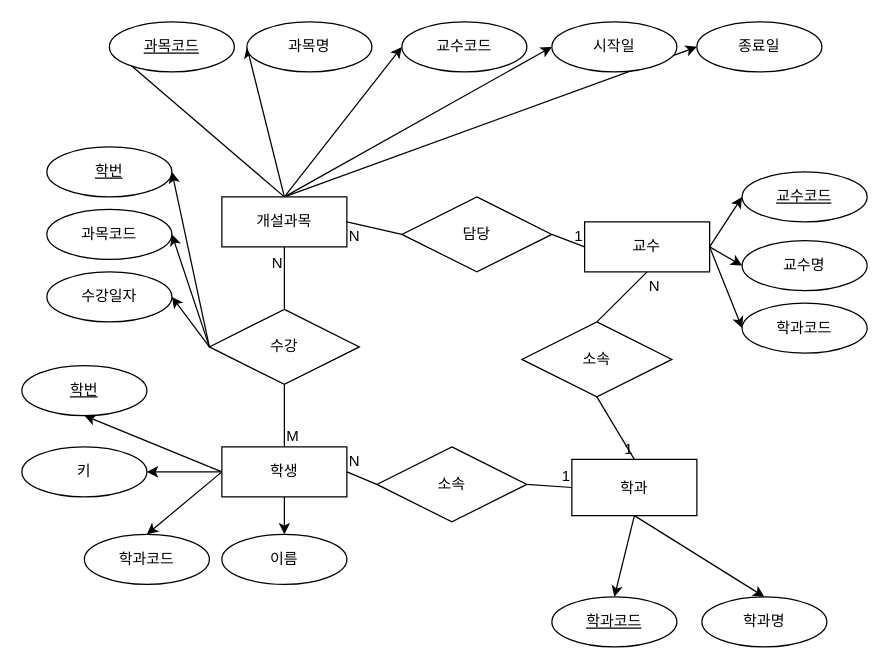
Before: page "학사관리 시스템" (3 of 4) of erd/hanbit.drawio in Banteil/database, a draw.io diagram. Source tidied: cells renumbered, new cells numbered last; positions are measured from the earlier drawing's top-left corner, leaving out a move shared by most shapes. Both pictures are drawn from the tidied source at 125%, with x=0, y=0 at pixel (21, 21).
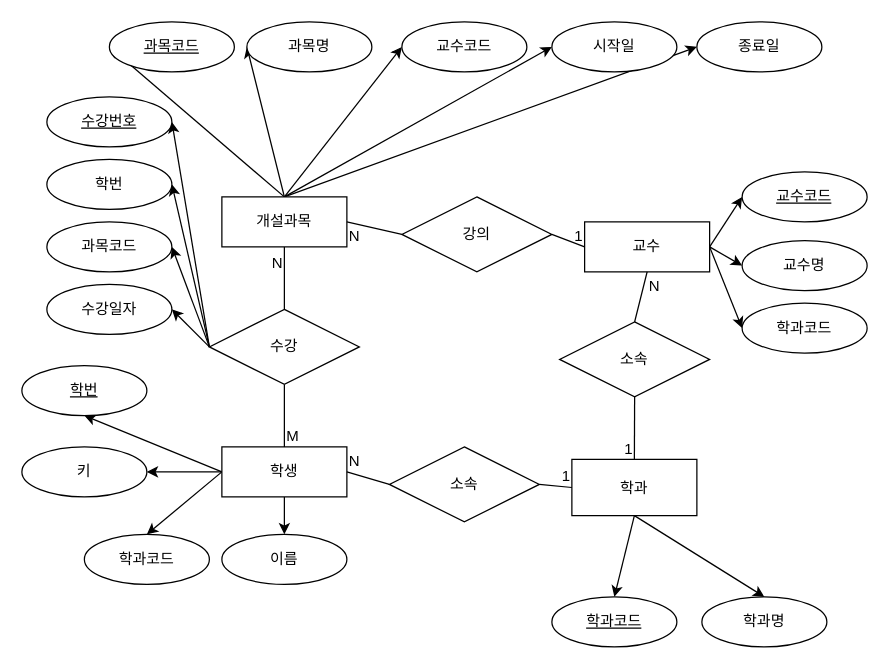
The same page after the edit.

Unchanged cells that the change refers to:
```xml
<mxCell id="46" value="수강" style="shape=rhombus;perimeter=rhombusPerimeter;whiteSpace=wrap;html=1;align=center;" parent="1" vertex="1">
  <mxGeometry x="150" y="230" width="120" height="60" as="geometry" />
</mxCell>
```

The edit, as a diff of the source:
```diff
@@
-    <mxCell id="37" value="학번" style="ellipse;whiteSpace=wrap;html=1;align=center;fontStyle=4;" parent="1" vertex="1">
-      <mxGeometry x="20" y="100" width="100" height="40" as="geometry" />
+    <mxCell id="37" value="수강번호" style="ellipse;whiteSpace=wrap;html=1;align=center;fontStyle=4;" parent="1" vertex="1">
+      <mxGeometry x="20" y="60" width="100" height="40" as="geometry" />
     </mxCell>
     <mxCell id="38" value="과목코드" style="ellipse;whiteSpace=wrap;html=1;align=center;" parent="1" vertex="1">
-      <mxGeometry x="20" y="150" width="100" height="40" as="geometry" />
+      <mxGeometry x="20" y="160" width="100" height="40" as="geometry" />
     </mxCell>
     <mxCell id="39" value="수강일자" style="ellipse;whiteSpace=wrap;html=1;align=center;" parent="1" vertex="1">
-      <mxGeometry x="20" y="200" width="100" height="40" as="geometry" />
+      <mxGeometry x="20" y="210" width="100" height="40" as="geometry" />
     </mxCell>
@@
+    <mxCell id="60" style="edgeStyle=none;html=1;exitX=0;exitY=0.5;exitDx=0;exitDy=0;entryX=1;entryY=0.5;entryDx=0;entryDy=0;" parent="1" edge="1" source="46" target="61">
+      <mxGeometry relative="1" as="geometry" />
+    </mxCell>
@@
-    <mxCell id="53" value="담당" style="shape=rhombus;perimeter=rhombusPerimeter;whiteSpace=wrap;html=1;align=center;" parent="1" vertex="1">
+    <mxCell id="53" value="강의" style="shape=rhombus;perimeter=rhombusPerimeter;whiteSpace=wrap;html=1;align=center;" parent="1" vertex="1">
       <mxGeometry x="304" y="140" width="120" height="60" as="geometry" />
     </mxCell>
@@
     <mxCell id="56" value="소속" style="shape=rhombus;perimeter=rhombusPerimeter;whiteSpace=wrap;html=1;align=center;" parent="1" vertex="1">
-      <mxGeometry x="400" y="240" width="120" height="60" as="geometry" />
+      <mxGeometry x="430.2" y="240" width="120" height="60" as="geometry" />
     </mxCell>
@@
     <mxCell id="59" value="소속" style="shape=rhombus;perimeter=rhombusPerimeter;whiteSpace=wrap;html=1;align=center;" parent="1" vertex="1">
-      <mxGeometry x="284" y="340" width="120" height="60" as="geometry" />
+      <mxGeometry x="294" y="340" width="120" height="60" as="geometry" />
     </mxCell>
+    <mxCell id="61" value="학번" style="ellipse;whiteSpace=wrap;html=1;align=center;" parent="1" vertex="1">
+      <mxGeometry x="20" y="110" width="100" height="40" as="geometry" />
+    </mxCell>
```
